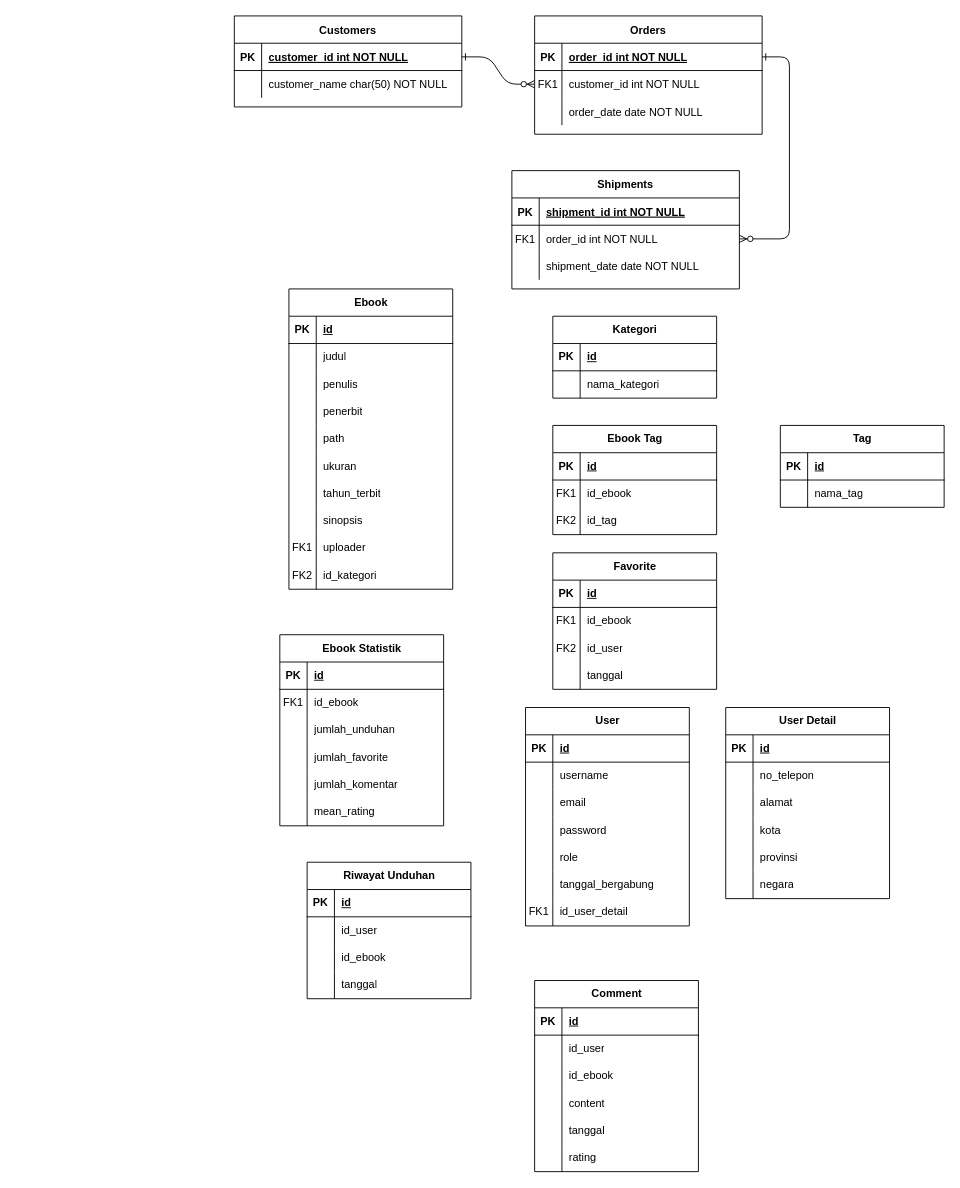
This is ebshare-fix.drawio from zaenal-abidin-syah/diagram, a draw.io file, before an edit. Source tidied: cells renumbered, new cells numbered last; positions are measured from the earlier drawing's top-left corner, leaving out a move shared by most shapes. Both pictures are drawn from the tidied source at 91%, with x=0, y=0 at pixel (234, 15).
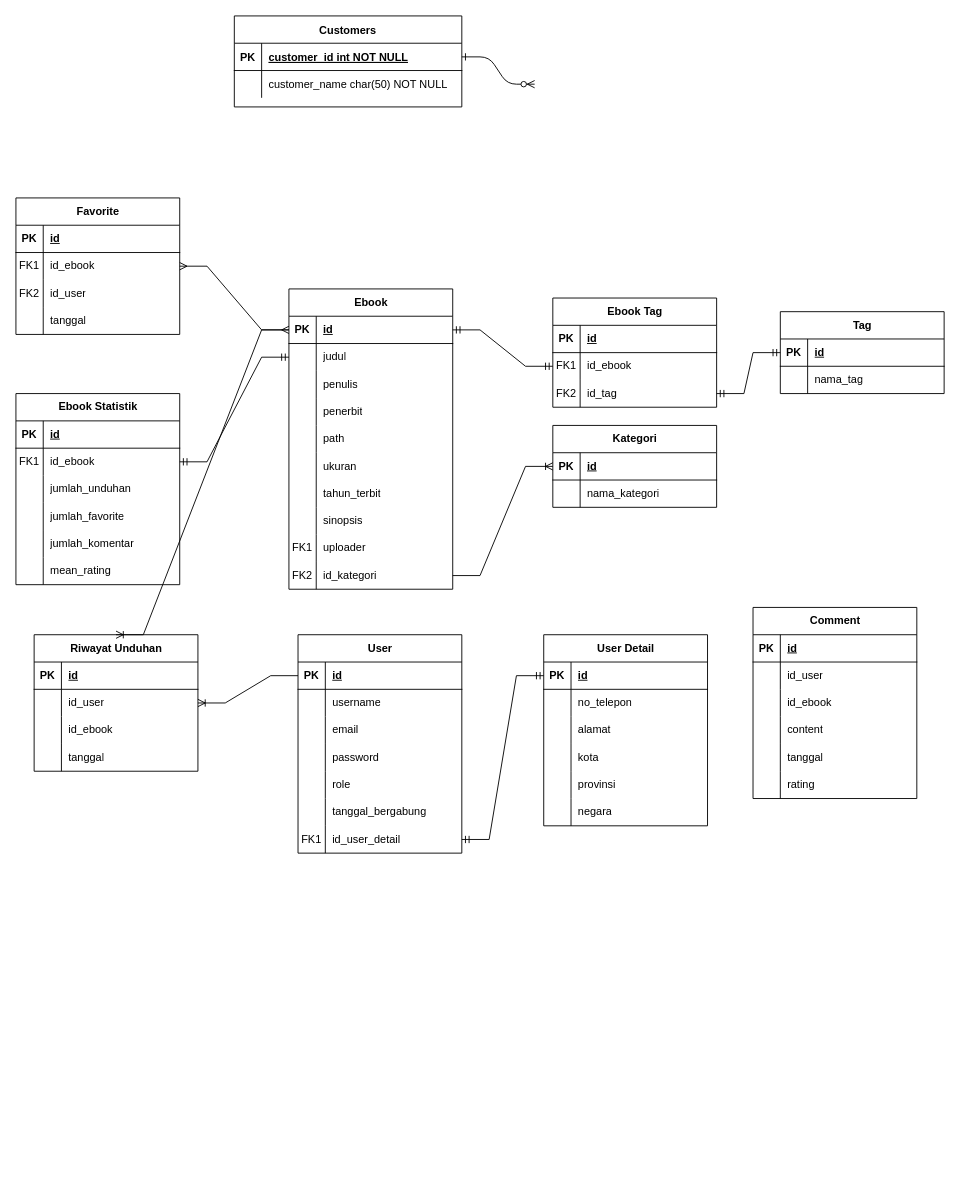
The same diagram, later.

Unchanged cells that the change refers to:
```xml
<mxCell id="25" style="shape=partialRectangle;fillColor=none;points=[[0,0.5],[1,0.5]];portConstraint=eastwest;top=0;left=0;right=0;bottom=1;" parent="24" vertex="1">
  <mxGeometry y="30" width="250" height="30" as="geometry" />
</mxCell>
<mxCell id="32" style="shape=tableRow;horizontal=0;startSize=0;swimlaneHead=0;swimlaneBody=0;fillColor=none;points=[[0,0.5],[1,0.5]];portConstraint=eastwest;top=0;left=0;right=0;bottom=1;" parent="31" vertex="1">
  <mxGeometry y="30" width="180" height="30" as="geometry" />
</mxCell>
<mxCell id="35" style="shape=tableRow;horizontal=0;startSize=0;swimlaneHead=0;swimlaneBody=0;fillColor=none;points=[[0,0.5],[1,0.5]];portConstraint=eastwest;top=0;left=0;right=0;bottom=0;" parent="31" vertex="1">
  <mxGeometry y="60" width="180" height="30" as="geometry" />
</mxCell>
<mxCell id="59" style="shape=tableRow;horizontal=0;startSize=0;swimlaneHead=0;swimlaneBody=0;fillColor=none;points=[[0,0.5],[1,0.5]];portConstraint=eastwest;top=0;left=0;right=0;bottom=0;" parent="31" vertex="1">
  <mxGeometry y="300" width="180" height="30" as="geometry" />
</mxCell>
<mxCell id="63" style="shape=tableRow;horizontal=0;startSize=0;swimlaneHead=0;swimlaneBody=0;fillColor=none;points=[[0,0.5],[1,0.5]];portConstraint=eastwest;top=0;left=0;right=0;bottom=1;" parent="62" vertex="1">
  <mxGeometry y="30" width="180" height="30" as="geometry" />
</mxCell>
<mxCell id="70" style="shape=tableRow;horizontal=0;startSize=0;swimlaneHead=0;swimlaneBody=0;fillColor=none;points=[[0,0.5],[1,0.5]];portConstraint=eastwest;top=0;left=0;right=0;bottom=1;" parent="69" vertex="1">
  <mxGeometry y="30" width="180" height="30" as="geometry" />
</mxCell>
<mxCell id="80" style="shape=tableRow;horizontal=0;startSize=0;swimlaneHead=0;swimlaneBody=0;fillColor=none;points=[[0,0.5],[1,0.5]];portConstraint=eastwest;top=0;left=0;right=0;bottom=0;" parent="76" vertex="1">
  <mxGeometry y="60" width="180" height="30" as="geometry" />
</mxCell>
<mxCell id="83" style="shape=tableRow;horizontal=0;startSize=0;swimlaneHead=0;swimlaneBody=0;fillColor=none;points=[[0,0.5],[1,0.5]];portConstraint=eastwest;top=0;left=0;right=0;bottom=0;" parent="76" vertex="1">
  <mxGeometry y="90" width="180" height="30" as="geometry" />
</mxCell>
<mxCell id="90" style="shape=tableRow;horizontal=0;startSize=0;swimlaneHead=0;swimlaneBody=0;fillColor=none;points=[[0,0.5],[1,0.5]];portConstraint=eastwest;top=0;left=0;right=0;bottom=0;" parent="86" vertex="1">
  <mxGeometry y="60" width="180" height="30" as="geometry" />
</mxCell>
<mxCell id="103" style="shape=tableRow;horizontal=0;startSize=0;swimlaneHead=0;swimlaneBody=0;fillColor=none;points=[[0,0.5],[1,0.5]];portConstraint=eastwest;top=0;left=0;right=0;bottom=0;" parent="99" vertex="1">
  <mxGeometry y="60" width="180" height="30" as="geometry" />
</mxCell>
<mxCell id="119" style="shape=tableRow;horizontal=0;startSize=0;swimlaneHead=0;swimlaneBody=0;fillColor=none;points=[[0,0.5],[1,0.5]];portConstraint=eastwest;top=0;left=0;right=0;bottom=1;" parent="118" vertex="1">
  <mxGeometry y="30" width="180" height="30" as="geometry" />
</mxCell>
<mxCell id="137" style="shape=tableRow;horizontal=0;startSize=0;swimlaneHead=0;swimlaneBody=0;fillColor=none;points=[[0,0.5],[1,0.5]];portConstraint=eastwest;top=0;left=0;right=0;bottom=0;" parent="118" vertex="1">
  <mxGeometry y="210" width="180" height="30" as="geometry" />
</mxCell>
<mxCell id="141" style="shape=tableRow;horizontal=0;startSize=0;swimlaneHead=0;swimlaneBody=0;fillColor=none;points=[[0,0.5],[1,0.5]];portConstraint=eastwest;top=0;left=0;right=0;bottom=1;" parent="140" vertex="1">
  <mxGeometry y="30" width="180" height="30" as="geometry" />
</mxCell>
<mxCell id="163" style="shape=tableRow;horizontal=0;startSize=0;swimlaneHead=0;swimlaneBody=0;fillColor=none;points=[[0,0.5],[1,0.5]];portConstraint=eastwest;top=0;left=0;right=0;bottom=0;" parent="159" vertex="1">
  <mxGeometry y="60" width="180" height="30" as="geometry" />
</mxCell>
```

The edit, as a diff of the source:
```diff
@@
-    <mxCell id="2" style="edgeStyle=entityRelationEdgeStyle;endArrow=ERzeroToMany;startArrow=ERone;endFill=1;startFill=0;" parent="1" edge="1" source="25" target="8">
-      <mxGeometry relative="1" as="geometry" />
+    <mxCell id="2" style="edgeStyle=entityRelationEdgeStyle;endArrow=ERzeroToMany;startArrow=ERone;endFill=1;startFill=0;" parent="1" edge="1" source="25">
+      <mxGeometry relative="1" as="geometry">
+        <mxPoint x="330" y="75" as="targetPoint" />
+      </mxGeometry>
     </mxCell>
-    <mxCell id="3" style="edgeStyle=entityRelationEdgeStyle;endArrow=ERzeroToMany;startArrow=ERone;endFill=1;startFill=0;" parent="1" edge="1" source="5" target="18">
-      <mxGeometry relative="1" as="geometry" />
-    </mxCell>
-    <mxCell id="4" value="Orders" style="shape=table;startSize=30;childLayout=tableLayout;rowLines=0;fontStyle=1;align=center;" parent="1" vertex="1">
-      <mxGeometry x="330" width="250" height="130" as="geometry" />
-    </mxCell>
-    <mxCell id="5" style="shape=partialRectangle;fillColor=none;points=[[0,0.5],[1,0.5]];portConstraint=eastwest;top=0;left=0;right=0;bottom=1;" parent="4" vertex="1">
-      <mxGeometry y="30" width="250" height="30" as="geometry" />
-    </mxCell>
-    <mxCell id="6" value="PK" style="shape=partialRectangle;overflow=hidden;fillColor=none;top=0;left=0;bottom=0;right=0;fontStyle=1;" parent="5" vertex="1">
-      <mxGeometry width="30" height="30" as="geometry" />
-    </mxCell>
-    <mxCell id="7" value="order_id int NOT NULL " style="shape=partialRectangle;overflow=hidden;fillColor=none;top=0;left=0;bottom=0;right=0;align=left;spacingLeft=6;fontStyle=5;" parent="5" vertex="1">
-      <mxGeometry x="30" width="220" height="30" as="geometry" />
-    </mxCell>
-    <mxCell id="8" style="shape=partialRectangle;fillColor=none;points=[[0,0.5],[1,0.5]];portConstraint=eastwest;top=0;left=0;right=0;bottom=0;" parent="4" vertex="1">
-      <mxGeometry y="60" width="250" height="30" as="geometry" />
-    </mxCell>
-    <mxCell id="9" value="FK1" style="shape=partialRectangle;overflow=hidden;fillColor=none;top=0;left=0;bottom=0;right=0;" parent="8" vertex="1">
-      <mxGeometry width="30" height="30" as="geometry" />
-    </mxCell>
-    <mxCell id="10" value="customer_id int NOT NULL" style="shape=partialRectangle;overflow=hidden;fillColor=none;top=0;left=0;bottom=0;right=0;align=left;spacingLeft=6;" parent="8" vertex="1">
-      <mxGeometry x="30" width="220" height="30" as="geometry" />
-    </mxCell>
-    <mxCell id="11" style="shape=partialRectangle;fillColor=none;top=0;left=0;right=0;bottom=0;" parent="4" vertex="1">
-      <mxGeometry y="90" width="250" height="30" as="geometry" />
-    </mxCell>
-    <mxCell id="12" style="shape=partialRectangle;overflow=hidden;fillColor=none;top=0;left=0;bottom=0;right=0;" parent="11" vertex="1">
-      <mxGeometry width="30" height="30" as="geometry" />
-    </mxCell>
-    <mxCell id="13" value="order_date date NOT NULL" style="shape=partialRectangle;overflow=hidden;fillColor=none;top=0;left=0;bottom=0;right=0;align=left;spacingLeft=6;" parent="11" vertex="1">
-      <mxGeometry x="30" width="220" height="30" as="geometry" />
-    </mxCell>
-    <mxCell id="14" value="Shipments" style="shape=table;startSize=30;childLayout=tableLayout;rowLines=0;fontStyle=1;align=center;" parent="1" vertex="1">
-      <mxGeometry x="305" y="170" width="250" height="130" as="geometry" />
-    </mxCell>
-    <mxCell id="15" style="shape=partialRectangle;fillColor=none;top=0;left=0;right=0;bottom=1;" parent="14" vertex="1">
-      <mxGeometry y="30" width="250" height="30" as="geometry" />
-    </mxCell>
-    <mxCell id="16" value="PK" style="shape=partialRectangle;overflow=hidden;fillColor=none;top=0;left=0;bottom=0;right=0;fontStyle=1;" parent="15" vertex="1">
-      <mxGeometry width="30" height="30" as="geometry" />
-    </mxCell>
-    <mxCell id="17" value="shipment_id int NOT NULL " style="shape=partialRectangle;overflow=hidden;fillColor=none;top=0;left=0;bottom=0;right=0;align=left;spacingLeft=6;fontStyle=5;" parent="15" vertex="1">
-      <mxGeometry x="30" width="220" height="30" as="geometry" />
-    </mxCell>
-    <mxCell id="18" style="shape=partialRectangle;fillColor=none;points=[[0,0.5],[1,0.5]];portConstraint=eastwest;top=0;left=0;right=0;bottom=0;" parent="14" vertex="1">
-      <mxGeometry y="60" width="250" height="30" as="geometry" />
-    </mxCell>
-    <mxCell id="19" value="FK1" style="shape=partialRectangle;overflow=hidden;fillColor=none;top=0;left=0;bottom=0;right=0;" parent="18" vertex="1">
-      <mxGeometry width="30" height="30" as="geometry" />
-    </mxCell>
-    <mxCell id="20" value="order_id int NOT NULL" style="shape=partialRectangle;overflow=hidden;fillColor=none;top=0;left=0;bottom=0;right=0;align=left;spacingLeft=6;" parent="18" vertex="1">
-      <mxGeometry x="30" width="220" height="30" as="geometry" />
-    </mxCell>
-    <mxCell id="21" style="shape=partialRectangle;fillColor=none;top=0;left=0;right=0;bottom=0;" parent="14" vertex="1">
-      <mxGeometry y="90" width="250" height="30" as="geometry" />
-    </mxCell>
-    <mxCell id="22" style="shape=partialRectangle;overflow=hidden;fillColor=none;top=0;left=0;bottom=0;right=0;" parent="21" vertex="1">
-      <mxGeometry width="30" height="30" as="geometry" />
-    </mxCell>
-    <mxCell id="23" value="shipment_date date NOT NULL" style="shape=partialRectangle;overflow=hidden;fillColor=none;top=0;left=0;bottom=0;right=0;align=left;spacingLeft=6;" parent="21" vertex="1">
-      <mxGeometry x="30" width="220" height="30" as="geometry" />
-    </mxCell>
@@
     <mxCell id="62" value="Kategori" style="shape=table;startSize=30;childLayout=tableLayout;rowLines=0;fontStyle=1;align=center;html=1;" parent="1" vertex="1">
-      <mxGeometry x="350" y="330" width="180" height="90" as="geometry" />
+      <mxGeometry x="350" y="450" width="180" height="90" as="geometry" />
     </mxCell>
@@
     <mxCell id="69" value="Tag" style="shape=table;startSize=30;childLayout=tableLayout;rowLines=0;fontStyle=1;align=center;html=1;" parent="1" vertex="1">
-      <mxGeometry x="600" y="450" width="180" height="90" as="geometry" />
+      <mxGeometry x="600" y="325" width="180" height="90" as="geometry" />
     </mxCell>
@@
     <mxCell id="76" value="Ebook Tag" style="shape=table;startSize=30;childLayout=tableLayout;rowLines=0;fontStyle=1;align=center;html=1;" parent="1" vertex="1">
-      <mxGeometry x="350" y="450" width="180" height="120" as="geometry" />
+      <mxGeometry x="350" y="310" width="180" height="120" as="geometry" />
     </mxCell>
@@
     <mxCell id="86" value="Favorite" style="shape=table;startSize=30;childLayout=tableLayout;rowLines=0;fontStyle=1;align=center;html=1;" parent="1" vertex="1">
-      <mxGeometry x="350" y="590" width="180" height="150" as="geometry" />
+      <mxGeometry x="-240" y="200" width="180" height="150" as="geometry" />
     </mxCell>
@@
     <mxCell id="99" value="Ebook Statistik" style="shape=table;startSize=30;childLayout=tableLayout;rowLines=0;fontStyle=1;align=center;html=1;" parent="1" vertex="1">
-      <mxGeometry x="50" y="680" width="180" height="210" as="geometry" />
+      <mxGeometry x="-240" y="415" width="180" height="210" as="geometry" />
     </mxCell>
@@
     <mxCell id="118" value="User" style="shape=table;startSize=30;childLayout=tableLayout;rowLines=0;fontStyle=1;align=center;html=1;" parent="1" vertex="1">
-      <mxGeometry x="320" y="760" width="180" height="240" as="geometry" />
+      <mxGeometry x="70" y="680" width="180" height="240" as="geometry" />
     </mxCell>
@@
     <mxCell id="140" value="User Detail" style="shape=table;startSize=30;childLayout=tableLayout;rowLines=0;fontStyle=1;align=center;html=1;" parent="1" vertex="1">
-      <mxGeometry x="540" y="760" width="180" height="210" as="geometry" />
+      <mxGeometry x="340" y="680" width="180" height="210" as="geometry" />
     </mxCell>
@@
     <mxCell id="159" value="Riwayat Unduhan" style="shape=table;startSize=30;childLayout=tableLayout;rowLines=0;fontStyle=1;align=center;html=1;" parent="1" vertex="1">
-      <mxGeometry x="80" y="930" width="180" height="150" as="geometry" />
+      <mxGeometry x="-220" y="680" width="180" height="150" as="geometry" />
     </mxCell>
@@
     <mxCell id="172" value="Comment" style="shape=table;startSize=30;childLayout=tableLayout;rowLines=0;fontStyle=1;align=center;html=1;" parent="1" vertex="1">
-      <mxGeometry x="330" y="1060" width="180" height="210" as="geometry" />
+      <mxGeometry x="570" y="650" width="180" height="210" as="geometry" />
     </mxCell>
@@
+    <mxCell id="191" style="edgeStyle=entityRelationEdgeStyle;fontSize=12;html=1;endArrow=ERoneToMany;rounded=0;entryX=0;entryY=0.5;entryDx=0;entryDy=0;exitX=1;exitY=0.5;exitDx=0;exitDy=0;" parent="1" edge="1" source="59" target="63">
+      <mxGeometry relative="1" as="geometry" />
+    </mxCell>
+    <mxCell id="192" style="edgeStyle=entityRelationEdgeStyle;fontSize=12;html=1;endArrow=ERmandOne;startArrow=ERmandOne;rounded=0;exitX=1;exitY=0.5;exitDx=0;exitDy=0;entryX=0;entryY=0.5;entryDx=0;entryDy=0;" parent="1" edge="1" source="32" target="80">
+      <mxGeometry relative="1" as="geometry" />
+    </mxCell>
+    <mxCell id="193" style="edgeStyle=entityRelationEdgeStyle;fontSize=12;html=1;endArrow=ERmandOne;startArrow=ERmandOne;rounded=0;exitX=1;exitY=0.5;exitDx=0;exitDy=0;entryX=0;entryY=0.5;entryDx=0;entryDy=0;" parent="1" edge="1" source="83" target="70">
+      <mxGeometry relative="1" as="geometry">
+        <Array as="points">
+          <mxPoint x="380" y="440" />
+        </Array>
+      </mxGeometry>
+    </mxCell>
+    <mxCell id="194" style="edgeStyle=entityRelationEdgeStyle;fontSize=12;html=1;endArrow=ERmany;startArrow=ERmany;rounded=0;entryX=1;entryY=0.5;entryDx=0;entryDy=0;exitX=0;exitY=0.5;exitDx=0;exitDy=0;" parent="1" edge="1" source="32" target="90">
+      <mxGeometry relative="1" as="geometry" />
+    </mxCell>
+    <mxCell id="195" style="edgeStyle=entityRelationEdgeStyle;fontSize=12;html=1;endArrow=ERmandOne;startArrow=ERmandOne;rounded=0;entryX=0;entryY=0.5;entryDx=0;entryDy=0;" parent="1" edge="1" source="103" target="35">
+      <mxGeometry relative="1" as="geometry">
+        <Array as="points">
+          <mxPoint x="60" y="390" />
+          <mxPoint x="50" y="410" />
+        </Array>
+      </mxGeometry>
+    </mxCell>
+    <mxCell id="196" style="edgeStyle=entityRelationEdgeStyle;fontSize=12;html=1;endArrow=ERmandOne;startArrow=ERmandOne;rounded=0;entryX=0;entryY=0.5;entryDx=0;entryDy=0;exitX=1;exitY=0.5;exitDx=0;exitDy=0;" parent="1" edge="1" source="137" target="141">
+      <mxGeometry relative="1" as="geometry" />
+    </mxCell>
+    <mxCell id="197" style="edgeStyle=entityRelationEdgeStyle;fontSize=12;html=1;endArrow=ERoneToMany;rounded=0;entryX=1;entryY=0.5;entryDx=0;entryDy=0;exitX=0;exitY=0.5;exitDx=0;exitDy=0;" parent="1" edge="1" source="119" target="163">
+      <mxGeometry relative="1" as="geometry" />
+    </mxCell>
+    <mxCell id="198" style="edgeStyle=entityRelationEdgeStyle;fontSize=12;html=1;endArrow=ERoneToMany;rounded=0;entryX=0.5;entryY=0;entryDx=0;entryDy=0;exitX=0;exitY=0.5;exitDx=0;exitDy=0;" parent="1" edge="1" source="32" target="159">
+      <mxGeometry relative="1" as="geometry">
+        <Array as="points">
+          <mxPoint x="-170" y="800" />
+          <mxPoint x="-160" y="710" />
+        </Array>
+      </mxGeometry>
+    </mxCell>
```
